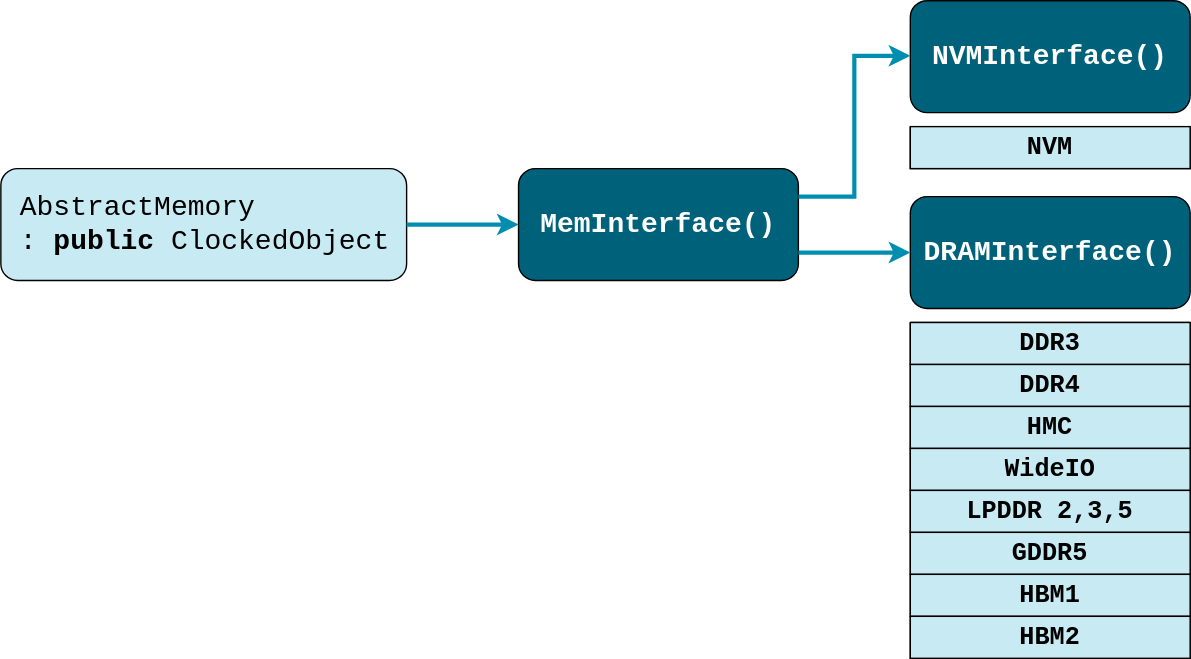
huydinhtran/gem5-2024-bootcamp keeps this draw.io diagram as slides/02-Using-gem5/06-memory-imgs/memory-interface-classes.drawio.svg. Above is the earlier version. Source tidied: cells renumbered, new cells last; positions are measured from the earlier drawing's top-left corner, leaving out a move shared by most shapes.
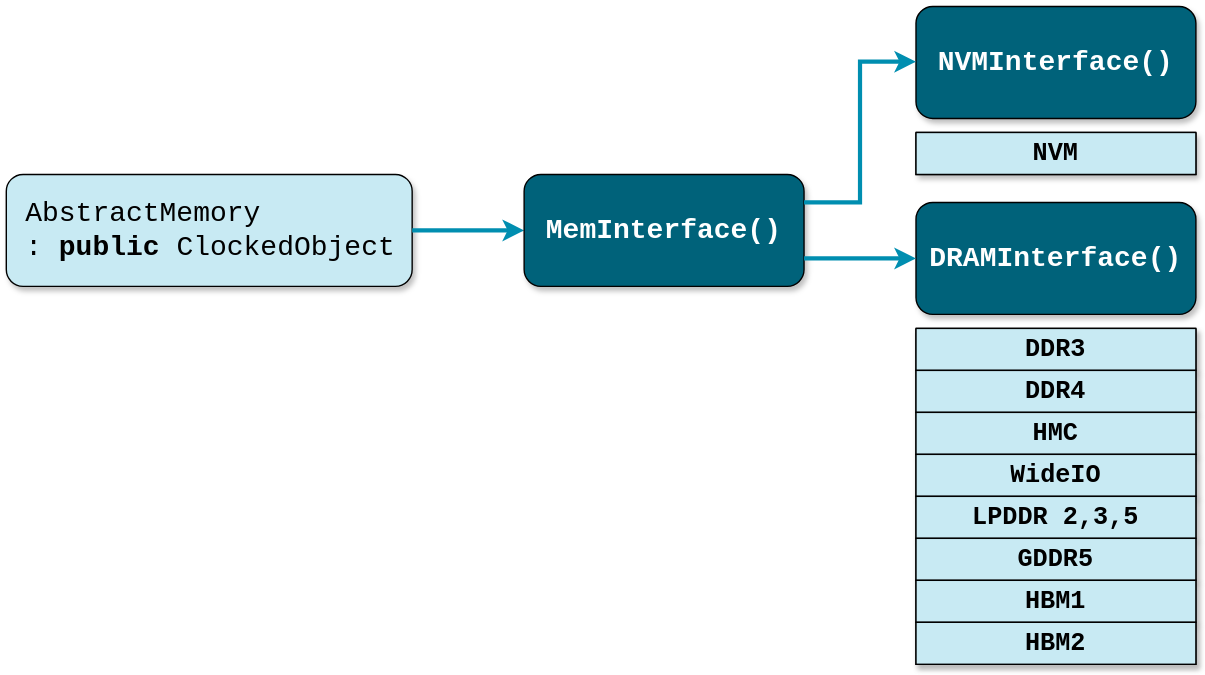
Above is the later version.

Change to the diagram source:
```diff
@@ -2,7 +2,7 @@
   <root>
     <mxCell id="0" />
     <mxCell id="1" parent="0" />
-    <mxCell id="2" value="&lt;font style=&quot;font-size: 20px;&quot;&gt;&amp;nbsp;AbstractMemory&lt;/font&gt;&lt;div style=&quot;font-size: 20px;&quot;&gt;&lt;span style=&quot;background-color: initial; font-size: 20px;&quot;&gt;&lt;font style=&quot;font-size: 20px;&quot;&gt;&amp;nbsp;: &lt;b style=&quot;font-size: 20px;&quot;&gt;public&lt;/b&gt; ClockedObject&lt;/font&gt;&lt;/span&gt;&lt;/div&gt;" style="rounded=1;whiteSpace=wrap;html=1;fillColor=#C8EAF3;fontFamily=Courier New;align=left;fontSize=20;" parent="1" vertex="1">
+    <mxCell id="2" value="&lt;font style=&quot;font-size: 20px;&quot;&gt;&amp;nbsp;AbstractMemory&lt;/font&gt;&lt;div style=&quot;font-size: 20px;&quot;&gt;&lt;span style=&quot;background-color: initial; font-size: 20px;&quot;&gt;&lt;font style=&quot;font-size: 20px;&quot;&gt;&amp;nbsp;: &lt;b style=&quot;font-size: 20px;&quot;&gt;public&lt;/b&gt; ClockedObject&lt;/font&gt;&lt;/span&gt;&lt;/div&gt;" style="rounded=1;whiteSpace=wrap;html=1;fillColor=#C8EAF3;fontFamily=Courier New;align=left;fontSize=20;shadow=1;" parent="1" vertex="1">
       <mxGeometry y="120" width="290" height="80" as="geometry" />
     </mxCell>
     <mxCell id="3" style="endArrow=classic;html=1;rounded=0;entryX=0;entryY=0.5;entryDx=0;entryDy=0;strokeColor=#008EB0;strokeWidth=3;" parent="1" edge="1">
@@ -11,13 +11,13 @@
         <mxPoint x="370" y="160" as="targetPoint" />
       </mxGeometry>
     </mxCell>
-    <mxCell id="4" value="&lt;div style=&quot;font-size: 20px;&quot;&gt;&lt;span style=&quot;font-size: 20px; background-color: initial;&quot;&gt;&lt;b style=&quot;font-size: 20px;&quot;&gt;MemInterface()&lt;/b&gt;&lt;/span&gt;&lt;/div&gt;" style="rounded=1;whiteSpace=wrap;html=1;fillColor=#00627A;fontFamily=Courier New;align=center;fontColor=#FFFFFF;fontSize=20;" parent="1" vertex="1">
+    <mxCell id="4" value="&lt;div style=&quot;font-size: 20px;&quot;&gt;&lt;span style=&quot;font-size: 20px; background-color: initial;&quot;&gt;&lt;b style=&quot;font-size: 20px;&quot;&gt;MemInterface()&lt;/b&gt;&lt;/span&gt;&lt;/div&gt;" style="rounded=1;whiteSpace=wrap;html=1;fillColor=#00627A;fontFamily=Courier New;align=center;fontColor=#FFFFFF;fontSize=20;shadow=1;" parent="1" vertex="1">
       <mxGeometry x="370" y="120" width="200" height="80" as="geometry" />
     </mxCell>
-    <mxCell id="5" value="&lt;div style=&quot;font-size: 20px;&quot;&gt;&lt;span style=&quot;font-size: 20px; background-color: initial;&quot;&gt;&lt;b style=&quot;font-size: 20px;&quot;&gt;NVMInterface()&lt;/b&gt;&lt;/span&gt;&lt;/div&gt;" style="rounded=1;whiteSpace=wrap;html=1;fillColor=#00627A;fontFamily=Courier New;align=center;fontColor=#FFFFFF;fontSize=20;" parent="1" vertex="1">
+    <mxCell id="5" value="&lt;div style=&quot;font-size: 20px;&quot;&gt;&lt;span style=&quot;font-size: 20px; background-color: initial;&quot;&gt;&lt;b style=&quot;font-size: 20px;&quot;&gt;NVMInterface()&lt;/b&gt;&lt;/span&gt;&lt;/div&gt;" style="rounded=1;whiteSpace=wrap;html=1;fillColor=#00627A;fontFamily=Courier New;align=center;fontColor=#FFFFFF;fontSize=20;shadow=1;" parent="1" vertex="1">
       <mxGeometry x="650" width="200" height="80" as="geometry" />
     </mxCell>
-    <mxCell id="6" value="&lt;div style=&quot;font-size: 20px;&quot;&gt;&lt;span style=&quot;font-size: 20px; background-color: initial;&quot;&gt;&lt;b style=&quot;font-size: 20px;&quot;&gt;DRAMInterface()&lt;/b&gt;&lt;/span&gt;&lt;/div&gt;" style="rounded=1;whiteSpace=wrap;html=1;fillColor=#00627A;fontFamily=Courier New;align=center;fontColor=#FFFFFF;fontSize=20;" parent="1" vertex="1">
+    <mxCell id="6" value="&lt;div style=&quot;font-size: 20px;&quot;&gt;&lt;span style=&quot;font-size: 20px; background-color: initial;&quot;&gt;&lt;b style=&quot;font-size: 20px;&quot;&gt;DRAMInterface()&lt;/b&gt;&lt;/span&gt;&lt;/div&gt;" style="rounded=1;whiteSpace=wrap;html=1;fillColor=#00627A;fontFamily=Courier New;align=center;fontColor=#FFFFFF;fontSize=20;shadow=1;" parent="1" vertex="1">
       <mxGeometry x="650" y="140" width="200" height="80" as="geometry" />
     </mxCell>
     <mxCell id="7" style="endArrow=classic;html=1;rounded=0;strokeColor=#008EB0;strokeWidth=3;endFill=1;edgeStyle=elbowEdgeStyle;exitX=1;exitY=0.25;exitDx=0;exitDy=0;" parent="1" edge="1" source="4">
@@ -31,34 +31,34 @@
     <mxCell id="9" style="swimlane;fontStyle=0;horizontal=1;startSize=0;whiteSpace=wrap;html=1;" parent="1" vertex="1">
       <mxGeometry x="650" y="90" width="200" height="30" as="geometry" />
     </mxCell>
-    <mxCell id="10" value="&lt;font face=&quot;Courier New&quot; size=&quot;1&quot;&gt;&lt;b style=&quot;font-size: 18px;&quot;&gt;NVM&lt;/b&gt;&lt;/font&gt;" style="text;strokeColor=default;fillColor=#C8EAF3;align=center;verticalAlign=middle;spacingLeft=4;spacingRight=4;overflow=hidden;whiteSpace=wrap;html=1;" parent="9" vertex="1">
+    <mxCell id="10" value="&lt;font face=&quot;Courier New&quot; size=&quot;1&quot;&gt;&lt;b style=&quot;font-size: 18px;&quot;&gt;NVM&lt;/b&gt;&lt;/font&gt;" style="text;strokeColor=default;fillColor=#C8EAF3;align=center;verticalAlign=middle;spacingLeft=4;spacingRight=4;overflow=hidden;whiteSpace=wrap;html=1;shadow=1;" parent="9" vertex="1">
       <mxGeometry width="200" height="30" as="geometry" />
     </mxCell>
-    <mxCell id="11" style="swimlane;fontStyle=0;horizontal=1;startSize=0;whiteSpace=wrap;html=1;" parent="1" vertex="1">
+    <mxCell id="11" style="swimlane;fontStyle=0;horizontal=1;startSize=0;whiteSpace=wrap;html=1;glass=0;shadow=1;" parent="1" vertex="1">
       <mxGeometry x="650" y="230" width="200" height="240" as="geometry" />
     </mxCell>
-    <mxCell id="12" value="&lt;font face=&quot;Courier New&quot; size=&quot;1&quot;&gt;&lt;b style=&quot;font-size: 18px;&quot;&gt;DDR3&lt;/b&gt;&lt;/font&gt;" style="text;strokeColor=default;fillColor=#C8EAF3;align=center;verticalAlign=middle;spacingLeft=4;spacingRight=4;overflow=hidden;whiteSpace=wrap;html=1;" parent="11" vertex="1">
+    <mxCell id="12" value="&lt;font face=&quot;Courier New&quot; size=&quot;1&quot;&gt;&lt;b style=&quot;font-size: 18px;&quot;&gt;DDR3&lt;/b&gt;&lt;/font&gt;" style="text;strokeColor=default;fillColor=#C8EAF3;align=center;verticalAlign=middle;spacingLeft=4;spacingRight=4;overflow=hidden;whiteSpace=wrap;html=1;glass=0;shadow=1;" parent="11" vertex="1">
       <mxGeometry width="200" height="30" as="geometry" />
     </mxCell>
-    <mxCell id="13" value="&lt;font face=&quot;Courier New&quot; size=&quot;1&quot;&gt;&lt;b style=&quot;font-size: 18px;&quot;&gt;DDR4&lt;/b&gt;&lt;/font&gt;" style="text;strokeColor=default;fillColor=#C8EAF3;align=center;verticalAlign=middle;spacingLeft=4;spacingRight=4;overflow=hidden;whiteSpace=wrap;html=1;" parent="11" vertex="1">
+    <mxCell id="13" value="&lt;font face=&quot;Courier New&quot; size=&quot;1&quot;&gt;&lt;b style=&quot;font-size: 18px;&quot;&gt;DDR4&lt;/b&gt;&lt;/font&gt;" style="text;strokeColor=default;fillColor=#C8EAF3;align=center;verticalAlign=middle;spacingLeft=4;spacingRight=4;overflow=hidden;whiteSpace=wrap;html=1;glass=0;shadow=1;" parent="11" vertex="1">
       <mxGeometry y="30" width="200" height="30" as="geometry" />
     </mxCell>
-    <mxCell id="14" value="&lt;font face=&quot;Courier New&quot; size=&quot;1&quot;&gt;&lt;b style=&quot;font-size: 18px;&quot;&gt;HMC&lt;/b&gt;&lt;/font&gt;" style="text;strokeColor=default;fillColor=#C8EAF3;align=center;verticalAlign=middle;spacingLeft=4;spacingRight=4;overflow=hidden;whiteSpace=wrap;html=1;" parent="11" vertex="1">
+    <mxCell id="14" value="&lt;font face=&quot;Courier New&quot; size=&quot;1&quot;&gt;&lt;b style=&quot;font-size: 18px;&quot;&gt;HMC&lt;/b&gt;&lt;/font&gt;" style="text;strokeColor=default;fillColor=#C8EAF3;align=center;verticalAlign=middle;spacingLeft=4;spacingRight=4;overflow=hidden;whiteSpace=wrap;html=1;glass=0;shadow=1;" parent="11" vertex="1">
       <mxGeometry y="60" width="200" height="30" as="geometry" />
     </mxCell>
-    <mxCell id="15" value="&lt;font face=&quot;Courier New&quot; size=&quot;1&quot;&gt;&lt;b style=&quot;font-size: 18px;&quot;&gt;WideIO&lt;/b&gt;&lt;/font&gt;" style="text;strokeColor=default;fillColor=#C8EAF3;align=center;verticalAlign=middle;spacingLeft=4;spacingRight=4;overflow=hidden;whiteSpace=wrap;html=1;" parent="11" vertex="1">
+    <mxCell id="15" value="&lt;font face=&quot;Courier New&quot; size=&quot;1&quot;&gt;&lt;b style=&quot;font-size: 18px;&quot;&gt;WideIO&lt;/b&gt;&lt;/font&gt;" style="text;strokeColor=default;fillColor=#C8EAF3;align=center;verticalAlign=middle;spacingLeft=4;spacingRight=4;overflow=hidden;whiteSpace=wrap;html=1;glass=0;shadow=1;" parent="11" vertex="1">
       <mxGeometry y="90" width="200" height="30" as="geometry" />
     </mxCell>
-    <mxCell id="16" value="&lt;font face=&quot;Courier New&quot; size=&quot;1&quot;&gt;&lt;b style=&quot;font-size: 18px;&quot;&gt;LPDDR 2,3,5&lt;/b&gt;&lt;/font&gt;" style="text;strokeColor=default;fillColor=#C8EAF3;align=center;verticalAlign=middle;spacingLeft=4;spacingRight=4;overflow=hidden;whiteSpace=wrap;html=1;" parent="11" vertex="1">
+    <mxCell id="16" value="&lt;font face=&quot;Courier New&quot; size=&quot;1&quot;&gt;&lt;b style=&quot;font-size: 18px;&quot;&gt;LPDDR 2,3,5&lt;/b&gt;&lt;/font&gt;" style="text;strokeColor=default;fillColor=#C8EAF3;align=center;verticalAlign=middle;spacingLeft=4;spacingRight=4;overflow=hidden;whiteSpace=wrap;html=1;glass=0;shadow=1;" parent="11" vertex="1">
       <mxGeometry y="120" width="200" height="30" as="geometry" />
     </mxCell>
-    <mxCell id="17" value="&lt;font face=&quot;Courier New&quot; size=&quot;1&quot;&gt;&lt;b style=&quot;font-size: 18px;&quot;&gt;GDDR5&lt;/b&gt;&lt;/font&gt;" style="text;strokeColor=default;fillColor=#C8EAF3;align=center;verticalAlign=middle;spacingLeft=4;spacingRight=4;overflow=hidden;whiteSpace=wrap;html=1;" parent="11" vertex="1">
+    <mxCell id="17" value="&lt;font face=&quot;Courier New&quot; size=&quot;1&quot;&gt;&lt;b style=&quot;font-size: 18px;&quot;&gt;GDDR5&lt;/b&gt;&lt;/font&gt;" style="text;strokeColor=default;fillColor=#C8EAF3;align=center;verticalAlign=middle;spacingLeft=4;spacingRight=4;overflow=hidden;whiteSpace=wrap;html=1;glass=0;shadow=1;" parent="11" vertex="1">
       <mxGeometry y="150" width="200" height="30" as="geometry" />
     </mxCell>
-    <mxCell id="18" value="&lt;font face=&quot;Courier New&quot; size=&quot;1&quot;&gt;&lt;b style=&quot;font-size: 18px;&quot;&gt;HBM1&lt;/b&gt;&lt;/font&gt;" style="text;strokeColor=default;fillColor=#C8EAF3;align=center;verticalAlign=middle;spacingLeft=4;spacingRight=4;overflow=hidden;whiteSpace=wrap;html=1;" parent="11" vertex="1">
+    <mxCell id="18" value="&lt;font face=&quot;Courier New&quot; size=&quot;1&quot;&gt;&lt;b style=&quot;font-size: 18px;&quot;&gt;HBM1&lt;/b&gt;&lt;/font&gt;" style="text;strokeColor=default;fillColor=#C8EAF3;align=center;verticalAlign=middle;spacingLeft=4;spacingRight=4;overflow=hidden;whiteSpace=wrap;html=1;glass=0;shadow=1;" parent="11" vertex="1">
       <mxGeometry y="180" width="200" height="30" as="geometry" />
     </mxCell>
-    <mxCell id="19" value="&lt;font face=&quot;Courier New&quot; size=&quot;1&quot;&gt;&lt;b style=&quot;font-size: 18px;&quot;&gt;HBM2&lt;/b&gt;&lt;/font&gt;" style="text;strokeColor=default;fillColor=#C8EAF3;align=center;verticalAlign=middle;spacingLeft=4;spacingRight=4;overflow=hidden;whiteSpace=wrap;html=1;" parent="11" vertex="1">
+    <mxCell id="19" value="&lt;font face=&quot;Courier New&quot; size=&quot;1&quot;&gt;&lt;b style=&quot;font-size: 18px;&quot;&gt;HBM2&lt;/b&gt;&lt;/font&gt;" style="text;strokeColor=default;fillColor=#C8EAF3;align=center;verticalAlign=middle;spacingLeft=4;spacingRight=4;overflow=hidden;whiteSpace=wrap;html=1;glass=0;shadow=1;" parent="11" vertex="1">
       <mxGeometry y="210" width="200" height="30" as="geometry" />
     </mxCell>
   </root>
```
